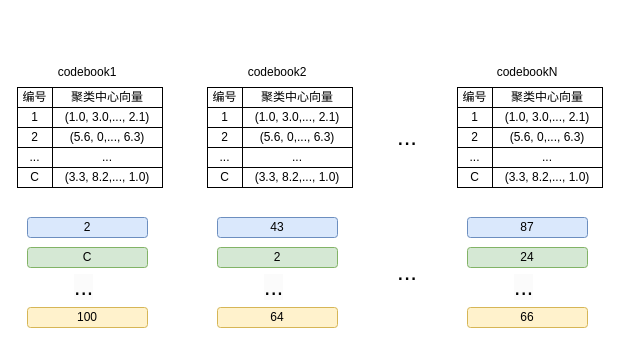
AirGalaxy/faiss_note keeps this draw.io diagram as drawio/pq3.drawio. Above is the earlier version. Source tidied: cells renumbered, new cells numbered last; positions are measured from the earlier drawing's top-left corner, leaving out a move shared by most shapes. Both pictures are drawn from the tidied source at 100%, with x=0, y=0 at pixel (17, 57).
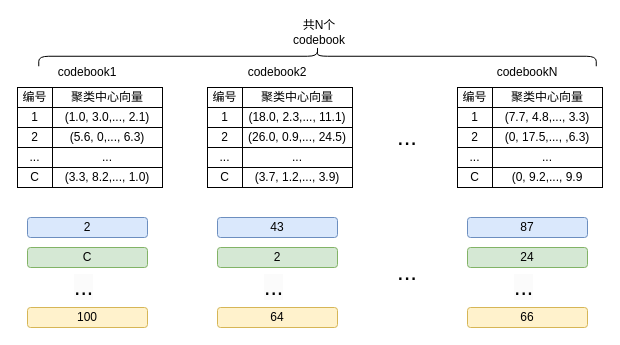
The same page after the edit.

What changed in the source:
```diff
@@
-    <mxCell id="14" value="(1.0, 3.0,..., 2.1)" style="rounded=0;whiteSpace=wrap;html=1;" parent="1" vertex="1">
+    <mxCell id="14" value="(18.0, 2.3,..., 11.1)" style="rounded=0;whiteSpace=wrap;html=1;" parent="1" vertex="1">
       <mxGeometry x="225" y="50" width="110" height="20" as="geometry" />
     </mxCell>
@@
-    <mxCell id="18" value="(5.6, 0,..., 6.3)" style="rounded=0;whiteSpace=wrap;html=1;" parent="1" vertex="1">
+    <mxCell id="18" value="(26.0, 0.9,..., 24.5)" style="rounded=0;whiteSpace=wrap;html=1;" parent="1" vertex="1">
       <mxGeometry x="225" y="70" width="110" height="20" as="geometry" />
     </mxCell>
@@
-    <mxCell id="22" value="(3.3, 8.2,..., 1.0)" style="rounded=0;whiteSpace=wrap;html=1;" parent="1" vertex="1">
+    <mxCell id="22" value="(3.7, 1.2,..., 3.9)" style="rounded=0;whiteSpace=wrap;html=1;" parent="1" vertex="1">
       <mxGeometry x="225" y="110" width="110" height="20" as="geometry" />
     </mxCell>
@@
-    <mxCell id="25" value="(1.0, 3.0,..., 2.1)" style="rounded=0;whiteSpace=wrap;html=1;" parent="1" vertex="1">
+    <mxCell id="25" value="(7.7, 4.8,..., 3.3)" style="rounded=0;whiteSpace=wrap;html=1;" parent="1" vertex="1">
       <mxGeometry x="475" y="50" width="110" height="20" as="geometry" />
     </mxCell>
@@
-    <mxCell id="29" value="(5.6, 0,..., 6.3)" style="rounded=0;whiteSpace=wrap;html=1;" parent="1" vertex="1">
+    <mxCell id="29" value="(0, 17.5,..., ,6.3)" style="rounded=0;whiteSpace=wrap;html=1;" parent="1" vertex="1">
       <mxGeometry x="475" y="70" width="110" height="20" as="geometry" />
     </mxCell>
@@
-    <mxCell id="33" value="(3.3, 8.2,..., 1.0)" style="rounded=0;whiteSpace=wrap;html=1;" parent="1" vertex="1">
+    <mxCell id="33" value="(0, 9.2,..., 9.9" style="rounded=0;whiteSpace=wrap;html=1;" parent="1" vertex="1">
       <mxGeometry x="475" y="110" width="110" height="20" as="geometry" />
     </mxCell>
@@
+    <mxCell id="49" style="shape=curlyBracket;whiteSpace=wrap;html=1;rounded=1;flipH=1;labelPosition=right;verticalLabelPosition=middle;align=left;verticalAlign=middle;rotation=-90;" parent="1" vertex="1">
+      <mxGeometry x="290" y="-280" width="20" height="557.5" as="geometry" />
+    </mxCell>
+    <mxCell id="50" value="共N个codebook" style="text;strokeColor=none;align=center;fillColor=none;html=1;verticalAlign=middle;whiteSpace=wrap;rounded=0;" parent="1" vertex="1">
+      <mxGeometry x="264" y="-40" width="76" height="30" as="geometry" />
+    </mxCell>
```
